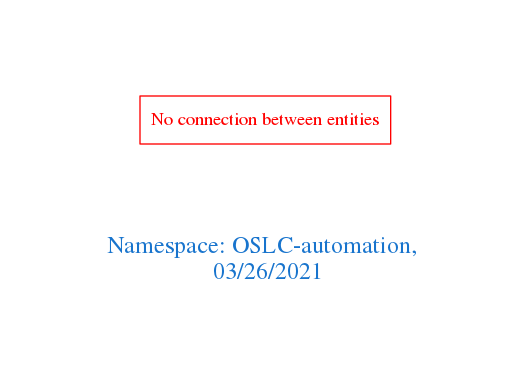
arago/OGIT keeps this Graphviz diagram as downloads/OSLC-automation.png. Above is the earlier version. Its source is kept beside it as downloads/OSLC-automation.dot.
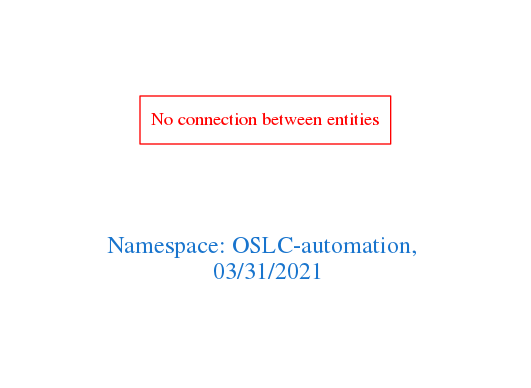
After the commit.

What changed in the source:
```diff
@@ -1,7 +1,7 @@
 digraph OGIT_ontology {
  graph [ rankdir= LR,pad=1
 fontsize = 18,
-fontcolor= dodgerblue3,label = "\n\n\nNamespace: OSLC-automation, \n 03/26/2021"];
+fontcolor= dodgerblue3,label = "\n\n\nNamespace: OSLC-automation, \n 03/31/2021"];
 node[shape=polygon];
 edge [  color="gray81"];
 
```
